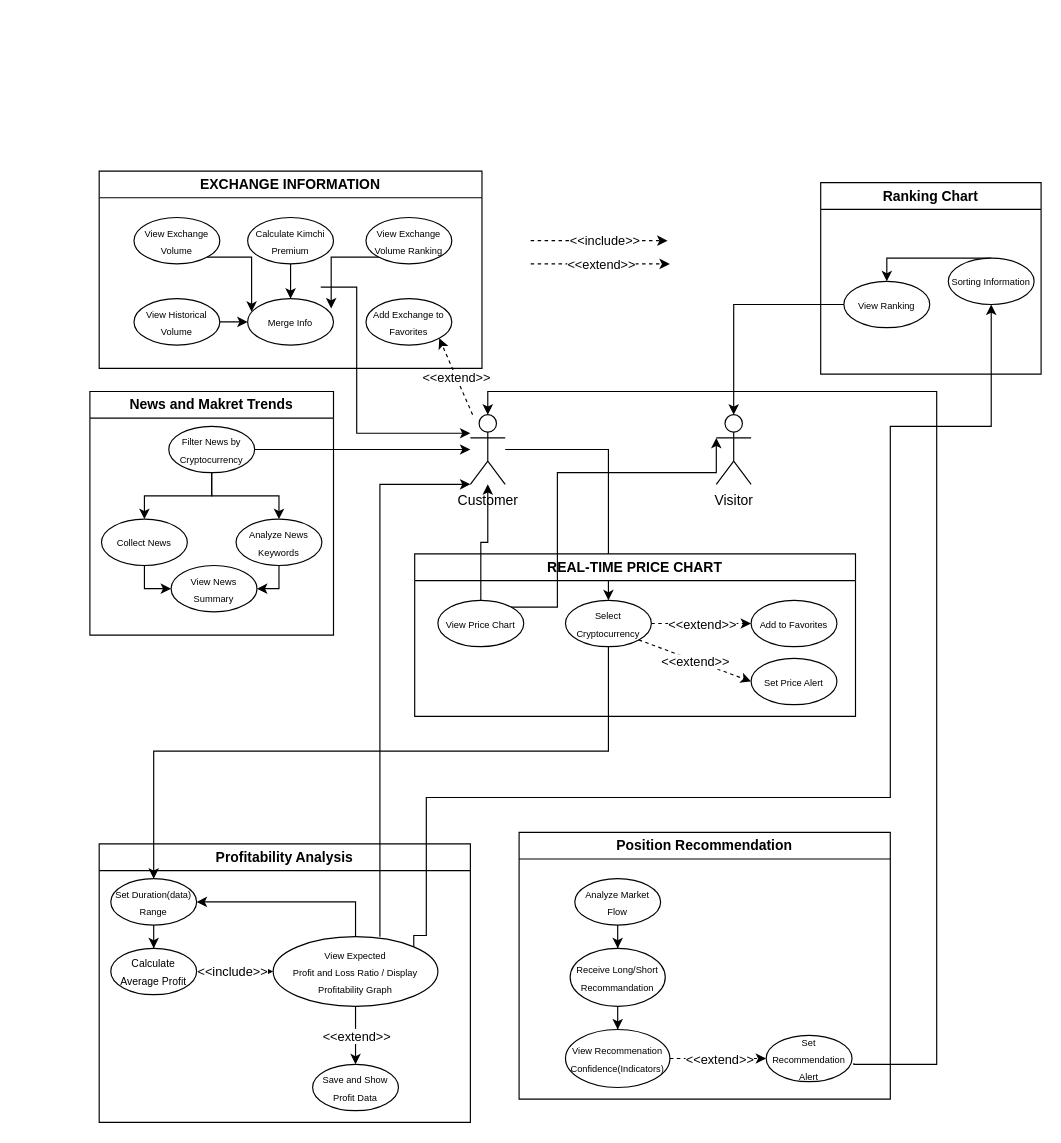
Earlier version of the draw.io diagram bitcoin.drawio (Sritone/OOAD). Source tidied: cells renumbered, new cells numbered last; positions are measured from the earlier drawing's top-left corner, leaving out a move shared by most shapes. Both pictures are drawn from the tidied source at 116%, with x=0, y=0 at pixel (89, 171).
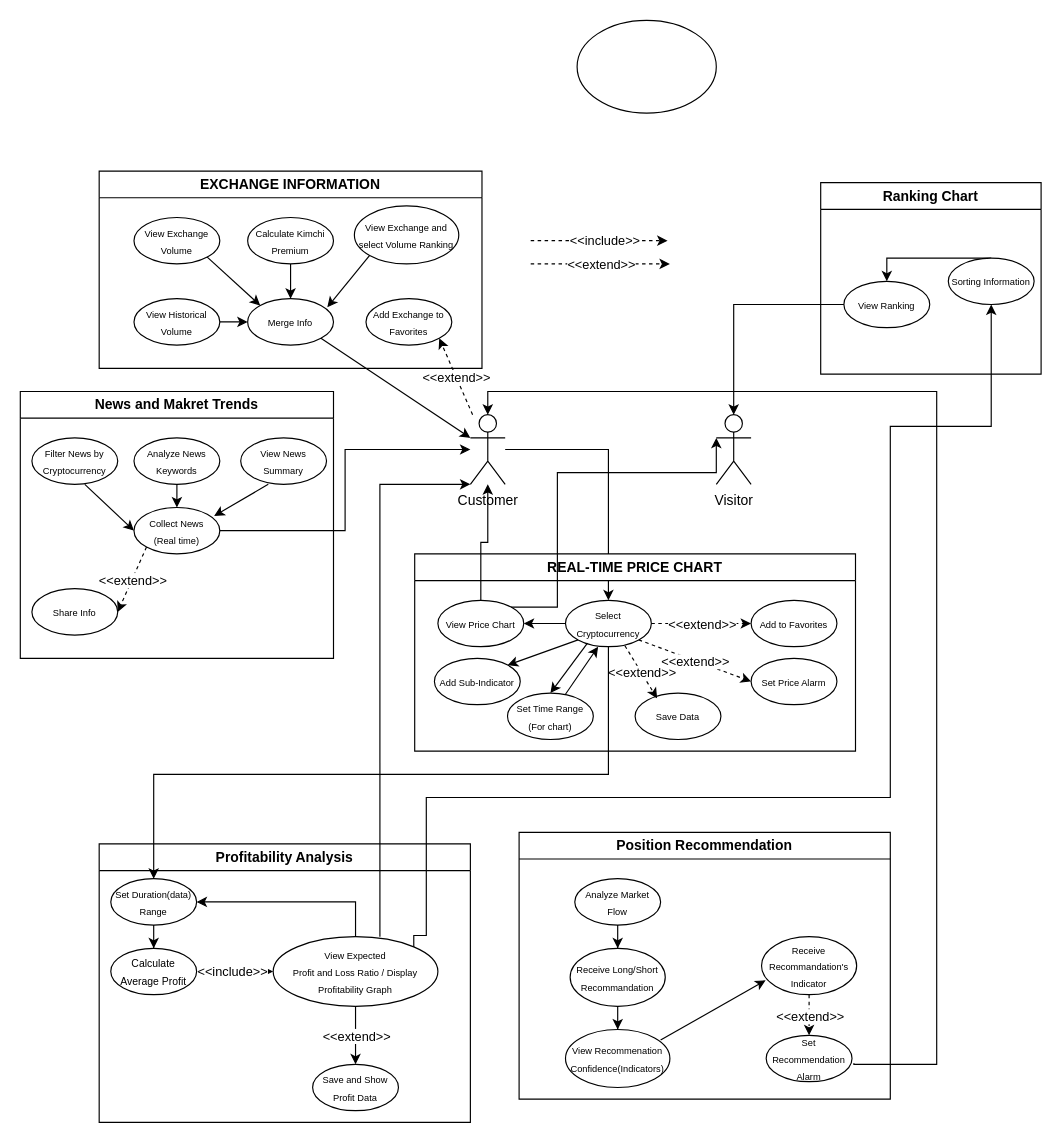
The same diagram, later.

Unchanged cells that the change refers to:
```xml
<mxCell id="3" value="Customer" style="shape=umlActor;verticalLabelPosition=bottom;verticalAlign=top;html=1;outlineConnect=0;" parent="1" vertex="1">
  <mxGeometry x="328" y="210" width="30" height="60" as="geometry" />
</mxCell>
<mxCell id="13" value="&lt;span style=&quot;font-size: 8px;&quot;&gt;Set Duration(data) Range&lt;/span&gt;" style="ellipse;whiteSpace=wrap;html=1;" parent="4" vertex="1">
  <mxGeometry x="10" y="30" width="74" height="40" as="geometry" />
</mxCell>
<mxCell id="28" value="Position Recommendation" style="swimlane;whiteSpace=wrap;html=1;" parent="1" vertex="1">
  <mxGeometry x="370" y="570" width="320" height="230" as="geometry" />
</mxCell>
<mxCell id="33" value="&lt;font style=&quot;font-size: 8px;&quot;&gt;View Recommenation Confidence(&lt;/font&gt;&lt;span style=&quot;font-size: 8px;&quot;&gt;Indicators)&lt;/span&gt;" style="ellipse;whiteSpace=wrap;html=1;" parent="28" vertex="1">
  <mxGeometry x="40" y="170" width="90" height="50" as="geometry" />
</mxCell>
<mxCell id="38" value="&lt;font style=&quot;font-size: 8px;&quot;&gt;View Price Chart&lt;/font&gt;" style="ellipse;whiteSpace=wrap;html=1;" parent="37" vertex="1">
  <mxGeometry x="20" y="40" width="74" height="40" as="geometry" />
</mxCell>
<mxCell id="39" value="&lt;font style=&quot;font-size: 8px;&quot;&gt;Select Cryptocurrency&lt;/font&gt;" style="ellipse;whiteSpace=wrap;html=1;" parent="37" vertex="1">
  <mxGeometry x="130" y="40" width="74" height="40" as="geometry" />
</mxCell>
<mxCell id="48" value="EXCHANGE INFORMATION" style="swimlane;whiteSpace=wrap;html=1;" parent="1" vertex="1">
  <mxGeometry x="8" width="330" height="170" as="geometry" />
</mxCell>
<mxCell id="51" value="&lt;font style=&quot;font-size: 8px;&quot;&gt;View Exchange Volume&lt;/font&gt;" style="ellipse;whiteSpace=wrap;html=1;" parent="48" vertex="1">
  <mxGeometry x="30" y="40" width="74" height="40" as="geometry" />
</mxCell>
<mxCell id="56" value="&lt;span style=&quot;font-size: 8px;&quot;&gt;Merge Info&lt;/span&gt;" style="ellipse;whiteSpace=wrap;html=1;" parent="48" vertex="1">
  <mxGeometry x="128" y="110" width="74" height="40" as="geometry" />
</mxCell>
```

The edit, as a diff of the source:
```diff
@@
     <mxCell id="15" value="News and Makret Trends" style="swimlane;whiteSpace=wrap;html=1;" parent="1" vertex="1">
-      <mxGeometry y="190" width="210" height="210" as="geometry" />
+      <mxGeometry x="-60" y="190" width="270" height="230" as="geometry" />
     </mxCell>
-    <mxCell id="16" style="edgeStyle=orthogonalEdgeStyle;rounded=0;jettySize=auto;html=1;entryX=0;entryY=0.5;entryDx=0;entryDy=0;" parent="15" edge="1" source="17" target="18">
-      <mxGeometry relative="1" as="geometry" />
-    </mxCell>
-    <mxCell id="17" value="&lt;span style=&quot;font-size: 8px;&quot;&gt;Collect News&lt;/span&gt;" style="ellipse;whiteSpace=wrap;html=1;" parent="15" vertex="1">
-      <mxGeometry x="10" y="110" width="74" height="40" as="geometry" />
-    </mxCell>
     <mxCell id="18" value="&lt;font style=&quot;font-size: 8px;&quot;&gt;View News Summary&lt;/font&gt;" style="ellipse;whiteSpace=wrap;html=1;" parent="15" vertex="1">
-      <mxGeometry x="70" y="150" width="74" height="40" as="geometry" />
+      <mxGeometry x="190" y="40" width="74" height="40" as="geometry" />
     </mxCell>
-    <mxCell id="19" style="edgeStyle=orthogonalEdgeStyle;rounded=0;jettySize=auto;html=1;entryX=1;entryY=0.5;entryDx=0;entryDy=0;" parent="15" edge="1" source="20" target="18">
-      <mxGeometry relative="1" as="geometry" />
-    </mxCell>
     <mxCell id="20" value="&lt;font style=&quot;font-size: 8px;&quot;&gt;Analyze News&lt;br&gt;Keywords&lt;/font&gt;" style="ellipse;whiteSpace=wrap;html=1;" parent="15" vertex="1">
-      <mxGeometry x="126" y="110" width="74" height="40" as="geometry" />
+      <mxGeometry x="98" y="40" width="74" height="40" as="geometry" />
     </mxCell>
-    <mxCell id="21" style="edgeStyle=orthogonalEdgeStyle;rounded=0;jettySize=auto;html=1;" parent="15" edge="1" source="23" target="20">
-      <mxGeometry relative="1" as="geometry" />
-    </mxCell>
-    <mxCell id="22" style="edgeStyle=orthogonalEdgeStyle;rounded=0;jettySize=auto;html=1;entryX=0.5;entryY=0;entryDx=0;entryDy=0;" parent="15" edge="1" source="23" target="17">
-      <mxGeometry relative="1" as="geometry" />
-    </mxCell>
+    <mxCell id="73" value="&lt;span style=&quot;font-size: 8px;&quot;&gt;Share Info&lt;/span&gt;" style="ellipse;whiteSpace=wrap;html=1;" parent="15" vertex="1">
+      <mxGeometry x="10" y="170" width="74" height="40" as="geometry" />
+    </mxCell>
+    <mxCell id="74" style="endArrow=classic;html=1;rounded=0;dashed=1;exitX=0;exitY=1;exitDx=0;exitDy=0;entryX=1;entryY=0.5;entryDx=0;entryDy=0;" parent="15" edge="1" target="73">
+      <mxGeometry relative="1" as="geometry">
+        <mxPoint x="108.8" y="134.1" as="sourcePoint" />
+      </mxGeometry>
+    </mxCell>
+    <mxCell id="75" value="&amp;lt;&amp;lt;extend&amp;gt;&amp;gt;" style="edgeLabel;html=1;align=center;verticalAlign=middle;" parent="74" vertex="1">
+      <mxGeometry relative="1" as="geometry" />
+    </mxCell>
+    <mxCell id="76" style="endArrow=classic;html=1;rounded=0;exitX=0.751;exitY=1;exitDx=0;exitDy=0;exitPerimeter=0;entryX=0;entryY=0.5;entryDx=0;entryDy=0;" parent="15" edge="1" target="79">
+      <mxGeometry relative="1" as="geometry">
+        <mxPoint x="55.6" y="80" as="sourcePoint" />
+      </mxGeometry>
+    </mxCell>
+    <mxCell id="77" style="endArrow=classic;html=1;rounded=0;exitX=0.5;exitY=1;exitDx=0;exitDy=0;entryX=0.5;entryY=0;entryDx=0;entryDy=0;" parent="15" edge="1" source="20" target="79">
+      <mxGeometry relative="1" as="geometry" />
+    </mxCell>
+    <mxCell id="78" style="endArrow=classic;html=1;rounded=0;exitX=0.321;exitY=1;exitDx=0;exitDy=0;exitPerimeter=0;entryX=0.934;entryY=0.182;entryDx=0;entryDy=0;entryPerimeter=0;" parent="15" edge="1" source="18" target="79">
+      <mxGeometry relative="1" as="geometry" />
+    </mxCell>
     <mxCell id="23" value="&lt;span style=&quot;font-size: 8px;&quot;&gt;Filter News by Cryptocurrency&lt;/span&gt;" style="ellipse;whiteSpace=wrap;html=1;" parent="15" vertex="1">
-      <mxGeometry x="68" y="30" width="74" height="40" as="geometry" />
+      <mxGeometry x="10" y="40" width="74" height="40" as="geometry" />
     </mxCell>
+    <mxCell id="79" value="&lt;span style=&quot;font-size: 8px;&quot;&gt;Collect News&lt;br&gt;(Real time)&lt;/span&gt;" style="ellipse;whiteSpace=wrap;html=1;" parent="15" vertex="1">
+      <mxGeometry x="98" y="100" width="74" height="40" as="geometry" />
+    </mxCell>
@@
-    <mxCell id="34" value="&lt;span style=&quot;font-size: 8px;&quot;&gt;Set Recommendation Alert&lt;/span&gt;" style="ellipse;whiteSpace=wrap;html=1;" parent="28" vertex="1">
+    <mxCell id="34" value="&lt;span style=&quot;font-size: 8px;&quot;&gt;Set Recommendation Alarm&lt;/span&gt;" style="ellipse;whiteSpace=wrap;html=1;" parent="28" vertex="1">
       <mxGeometry x="213" y="175" width="74" height="40" as="geometry" />
     </mxCell>
-    <mxCell id="35" style="endArrow=classic;html=1;rounded=0;dashed=1;exitX=1;exitY=0.5;exitDx=0;exitDy=0;entryX=0;entryY=0.5;entryDx=0;entryDy=0;" parent="28" edge="1" source="33" target="34">
-      <mxGeometry relative="1" as="geometry" />
-    </mxCell>
-    <mxCell id="36" value="&amp;lt;&amp;lt;extend&amp;gt;&amp;gt;" style="edgeLabel;html=1;align=center;verticalAlign=middle;" parent="35" vertex="1">
-      <mxGeometry relative="1" as="geometry" />
-    </mxCell>
+    <mxCell id="80" value="&lt;span style=&quot;font-size: 8px;&quot;&gt;Receive Recommandation's Indicator&lt;/span&gt;" style="ellipse;whiteSpace=wrap;html=1;" parent="28" vertex="1">
+      <mxGeometry x="209" y="90" width="82" height="50" as="geometry" />
+    </mxCell>
+    <mxCell id="81" style="endArrow=classic;html=1;rounded=0;exitX=0.911;exitY=0.183;exitDx=0;exitDy=0;exitPerimeter=0;entryX=0.043;entryY=0.752;entryDx=0;entryDy=0;entryPerimeter=0;" parent="28" edge="1" source="33" target="80">
+      <mxGeometry relative="1" as="geometry" />
+    </mxCell>
+    <mxCell id="82" style="endArrow=classic;html=1;rounded=0;dashed=1;exitX=0.5;exitY=1;exitDx=0;exitDy=0;entryX=0.5;entryY=0;entryDx=0;entryDy=0;" parent="28" edge="1" source="80" target="34">
+      <mxGeometry relative="1" as="geometry" />
+    </mxCell>
+    <mxCell id="83" value="&amp;lt;&amp;lt;extend&amp;gt;&amp;gt;" style="edgeLabel;html=1;align=center;verticalAlign=middle;" parent="82" vertex="1">
+      <mxGeometry relative="1" as="geometry" />
+    </mxCell>
     <mxCell id="37" value="REAL-TIME PRICE CHART" style="swimlane;whiteSpace=wrap;html=1;" parent="1" vertex="1">
-      <mxGeometry x="280" y="330" width="380" height="140" as="geometry" />
+      <mxGeometry x="280" y="330" width="380" height="170" as="geometry" />
     </mxCell>
@@
+    <mxCell id="84" style="edgeStyle=orthogonalEdgeStyle;rounded=0;jettySize=auto;html=1;entryX=1;entryY=0.5;entryDx=0;entryDy=0;" parent="37" edge="1" source="39" target="38">
+      <mxGeometry relative="1" as="geometry" />
+    </mxCell>
@@
-    <mxCell id="41" value="&lt;font style=&quot;font-size: 8px;&quot;&gt;Set Price Alert&lt;/font&gt;" style="ellipse;whiteSpace=wrap;html=1;" parent="37" vertex="1">
+    <mxCell id="41" value="&lt;font style=&quot;font-size: 8px;&quot;&gt;Set Price Alarm&lt;/font&gt;" style="ellipse;whiteSpace=wrap;html=1;" parent="37" vertex="1">
       <mxGeometry x="290" y="90" width="74" height="40" as="geometry" />
     </mxCell>
@@
+    <mxCell id="85" value="&lt;span style=&quot;font-size: 8px;&quot;&gt;Add Sub-Indicator&lt;/span&gt;" style="ellipse;whiteSpace=wrap;html=1;" parent="37" vertex="1">
+      <mxGeometry x="17" y="90" width="74" height="40" as="geometry" />
+    </mxCell>
+    <mxCell id="86" style="endArrow=classic;html=1;rounded=0;exitX=0;exitY=1;exitDx=0;exitDy=0;entryX=1;entryY=0;entryDx=0;entryDy=0;" parent="37" edge="1" source="39" target="85">
+      <mxGeometry relative="1" as="geometry" />
+    </mxCell>
+    <mxCell id="87" value="&lt;span style=&quot;font-size: 8px;&quot;&gt;Save Data&lt;/span&gt;" style="ellipse;whiteSpace=wrap;html=1;" parent="37" vertex="1">
+      <mxGeometry x="190" y="120" width="74" height="40" as="geometry" />
+    </mxCell>
+    <mxCell id="88" style="endArrow=classic;html=1;rounded=0;dashed=1;exitX=0.692;exitY=0.979;exitDx=0;exitDy=0;exitPerimeter=0;entryX=0.256;entryY=0.113;entryDx=0;entryDy=0;entryPerimeter=0;" parent="37" edge="1" source="39" target="87">
+      <mxGeometry relative="1" as="geometry" />
+    </mxCell>
+    <mxCell id="89" value="&amp;lt;&amp;lt;extend&amp;gt;&amp;gt;" style="edgeLabel;html=1;align=center;verticalAlign=middle;" parent="88" vertex="1">
+      <mxGeometry relative="1" as="geometry" />
+    </mxCell>
+    <mxCell id="90" value="&lt;font style=&quot;font-size: 8px;&quot;&gt;Set Time Range&lt;br&gt;(For chart)&lt;/font&gt;" style="ellipse;whiteSpace=wrap;html=1;" parent="37" vertex="1">
+      <mxGeometry x="80" y="120" width="74" height="40" as="geometry" />
+    </mxCell>
+    <mxCell id="91" style="endArrow=classic;html=1;rounded=0;entryX=0.38;entryY=1;entryDx=0;entryDy=0;entryPerimeter=0;" parent="37" edge="1" source="90" target="39">
+      <mxGeometry relative="1" as="geometry" />
+    </mxCell>
+    <mxCell id="92" style="endArrow=classic;html=1;rounded=0;exitX=0.256;exitY=0.921;exitDx=0;exitDy=0;entryX=0.5;entryY=0;entryDx=0;entryDy=0;exitPerimeter=0;" parent="37" edge="1" source="39" target="90">
+      <mxGeometry relative="1" as="geometry" />
+    </mxCell>
@@
-    <mxCell id="52" value="&lt;font style=&quot;font-size: 8px;&quot;&gt;View Exchange Volume Ranking&lt;/font&gt;" style="ellipse;whiteSpace=wrap;html=1;" parent="48" vertex="1">
-      <mxGeometry x="230" y="40" width="74" height="40" as="geometry" />
+    <mxCell id="52" value="&lt;font style=&quot;font-size: 8px;&quot;&gt;View Exchange and select Volume Ranking&lt;/font&gt;" style="ellipse;whiteSpace=wrap;html=1;" parent="48" vertex="1">
+      <mxGeometry x="220" y="30" width="90" height="50" as="geometry" />
     </mxCell>
@@
-    <mxCell id="57" style="edgeStyle=orthogonalEdgeStyle;rounded=0;jettySize=auto;html=1;exitX=0;exitY=1;exitDx=0;exitDy=0;entryX=0.973;entryY=0.211;entryDx=0;entryDy=0;entryPerimeter=0;" parent="48" edge="1" source="52" target="56">
+    <mxCell id="57" style="endArrow=classic;html=1;rounded=0;exitX=0;exitY=1;exitDx=0;exitDy=0;entryX=0.928;entryY=0.184;entryDx=0;entryDy=0;entryPerimeter=0;" parent="48" edge="1" source="52" target="56">
       <mxGeometry relative="1" as="geometry" />
     </mxCell>
-    <mxCell id="58" style="edgeStyle=orthogonalEdgeStyle;rounded=0;jettySize=auto;html=1;exitX=1;exitY=1;exitDx=0;exitDy=0;entryX=0.046;entryY=0.282;entryDx=0;entryDy=0;entryPerimeter=0;" parent="48" edge="1" source="51" target="56">
+    <mxCell id="58" style="endArrow=classic;html=1;rounded=0;exitX=1;exitY=1;exitDx=0;exitDy=0;entryX=0;entryY=0;entryDx=0;entryDy=0;" parent="48" edge="1" source="51" target="56">
       <mxGeometry relative="1" as="geometry" />
     </mxCell>
@@
-    <mxCell id="61" style="edgeStyle=orthogonalEdgeStyle;rounded=0;jettySize=auto;html=1;exitX=1;exitY=1;exitDx=0;exitDy=0;" parent="1" edge="1" target="3">
-      <mxGeometry relative="1" as="geometry">
-        <mxPoint x="199" y="100" as="sourcePoint" />
-        <Array as="points">
-          <mxPoint x="230" y="100" />
-          <mxPoint x="230" y="226" />
-        </Array>
-      </mxGeometry>
-    </mxCell>
@@
-    <mxCell id="68" style="edgeStyle=orthogonalEdgeStyle;rounded=0;jettySize=auto;html=1;exitX=1;exitY=0.5;exitDx=0;exitDy=0;" parent="1" edge="1" source="23" target="3">
-      <mxGeometry relative="1" as="geometry" />
+    <mxCell id="68" style="edgeStyle=orthogonalEdgeStyle;rounded=0;jettySize=auto;html=1;exitX=1;exitY=0.5;exitDx=0;exitDy=0;" parent="1" edge="1" target="3">
+      <mxGeometry relative="1" as="geometry">
+        <mxPoint x="112" y="310" as="sourcePoint" />
+        <Array as="points">
+          <mxPoint x="220" y="310" />
+          <mxPoint x="220" y="240" />
+        </Array>
+      </mxGeometry>
     </mxCell>
@@
     <mxCell id="72" style="edgeStyle=orthogonalEdgeStyle;rounded=0;jettySize=auto;html=1;exitX=0.5;exitY=1;exitDx=0;exitDy=0;" parent="1" edge="1" source="39" target="13">
       <mxGeometry relative="1" as="geometry">
         <Array as="points">
-          <mxPoint x="447" y="500" />
-          <mxPoint x="55" y="500" />
+          <mxPoint x="447" y="520" />
+          <mxPoint x="55" y="520" />
         </Array>
       </mxGeometry>
     </mxCell>
+    <mxCell id="93" style="endArrow=classic;html=1;rounded=0;exitX=1;exitY=1;exitDx=0;exitDy=0;" parent="1" edge="1" source="56" target="3">
+      <mxGeometry relative="1" as="geometry" />
+    </mxCell>
+    <mxCell id="94" style="ellipse;whiteSpace=wrap;html=1;" parent="1" vertex="1">
+      <mxGeometry x="420" y="-130" width="120" height="80" as="geometry" />
+    </mxCell>
```
